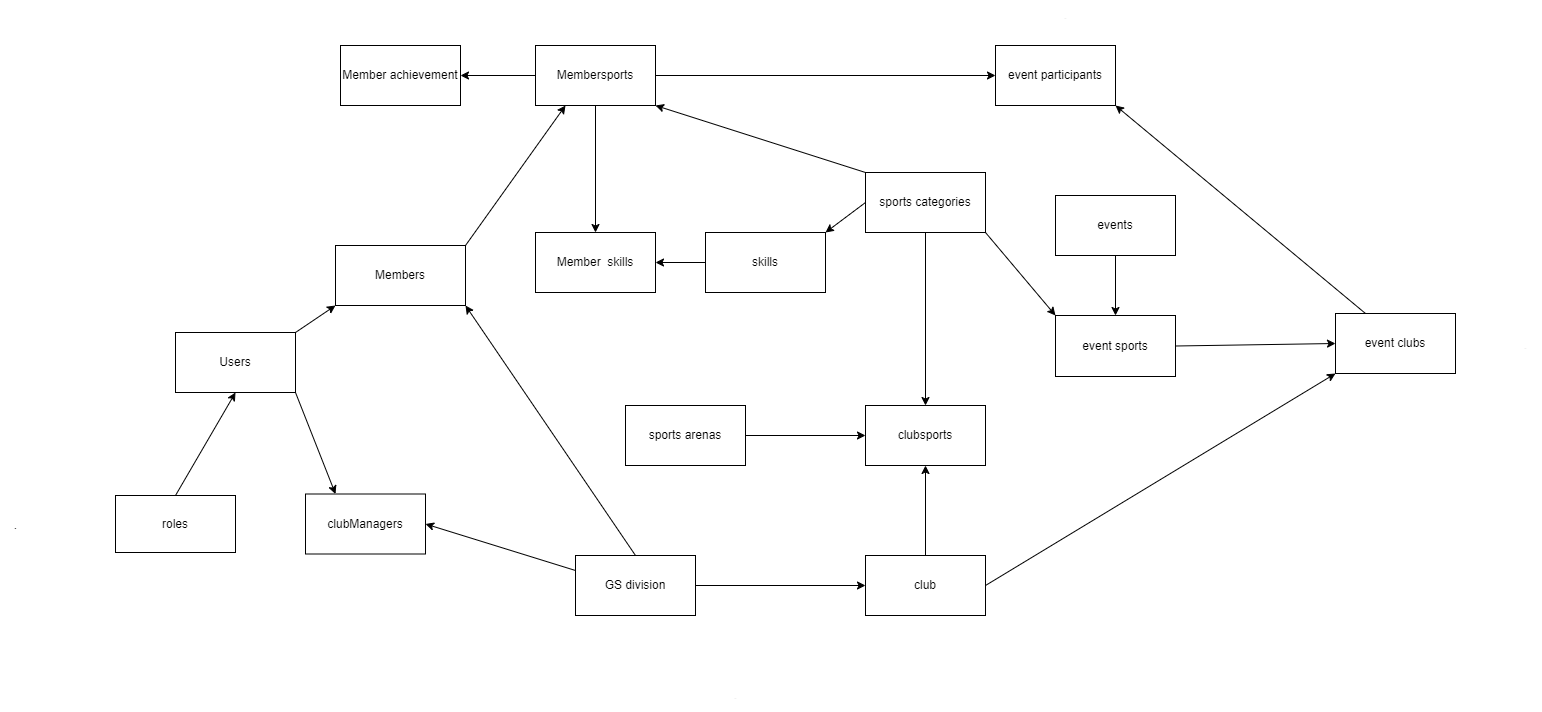
Before: server/ER_diagram.png, a diagram exported from draw.io (YathuPiraba/sports-management-system). Source tidied: cells renumbered, new cells last; positions are measured from the earlier drawing's top-left corner, leaving out a move shared by most shapes. Source of this version:
```xml
<mxGraphModel background="#ffffff">
  <root>
    <mxCell id="0" />
    <mxCell id="1" parent="0" />
    <mxCell id="2" style="edgeStyle=none;html=1;exitX=1;exitY=0;exitDx=0;exitDy=0;entryX=0.25;entryY=1;entryDx=0;entryDy=0;" parent="1" edge="1" source="3" target="24">
      <mxGeometry relative="1" as="geometry" />
    </mxCell>
    <mxCell id="3" value="Members" style="whiteSpace=wrap;html=1;" parent="1" vertex="1">
      <mxGeometry x="335" y="245" width="130" height="60" as="geometry" />
    </mxCell>
    <mxCell id="4" style="edgeStyle=none;html=1;exitX=1;exitY=0;exitDx=0;exitDy=0;entryX=0;entryY=1;entryDx=0;entryDy=0;" parent="1" edge="1" source="6" target="3">
      <mxGeometry relative="1" as="geometry" />
    </mxCell>
    <mxCell id="5" style="edgeStyle=none;html=1;exitX=1;exitY=1;exitDx=0;exitDy=0;entryX=0.25;entryY=0;entryDx=0;entryDy=0;" parent="1" edge="1" source="6" target="7">
      <mxGeometry relative="1" as="geometry" />
    </mxCell>
    <mxCell id="6" value="Users" style="rounded=0;whiteSpace=wrap;html=1;" parent="1" vertex="1">
      <mxGeometry x="175" y="332" width="120" height="60" as="geometry" />
    </mxCell>
    <mxCell id="7" value="clubManagers" style="rounded=0;whiteSpace=wrap;html=1;" parent="1" vertex="1">
      <mxGeometry x="305" y="493.5" width="120" height="60" as="geometry" />
    </mxCell>
    <mxCell id="8" style="edgeStyle=none;html=1;exitX=0.5;exitY=0;exitDx=0;exitDy=0;entryX=0.5;entryY=1;entryDx=0;entryDy=0;" parent="1" edge="1" source="9" target="30">
      <mxGeometry relative="1" as="geometry" />
    </mxCell>
    <mxCell id="9" value="club" style="rounded=0;whiteSpace=wrap;html=1;" parent="1" vertex="1">
      <mxGeometry x="865" y="555" width="120" height="60" as="geometry" />
    </mxCell>
    <mxCell id="10" style="edgeStyle=none;html=1;exitX=0.5;exitY=0;exitDx=0;exitDy=0;entryX=1;entryY=1;entryDx=0;entryDy=0;" parent="1" edge="1" source="13" target="3">
      <mxGeometry relative="1" as="geometry" />
    </mxCell>
    <mxCell id="11" style="edgeStyle=none;html=1;exitX=1;exitY=0.5;exitDx=0;exitDy=0;entryX=0;entryY=0.5;entryDx=0;entryDy=0;" parent="1" edge="1" source="13" target="9">
      <mxGeometry relative="1" as="geometry" />
    </mxCell>
    <mxCell id="12" style="edgeStyle=none;html=1;exitX=0;exitY=0.25;exitDx=0;exitDy=0;entryX=1;entryY=0.5;entryDx=0;entryDy=0;" parent="1" edge="1" source="13" target="7">
      <mxGeometry relative="1" as="geometry" />
    </mxCell>
    <mxCell id="13" value="GS division" style="rounded=0;whiteSpace=wrap;html=1;" parent="1" vertex="1">
      <mxGeometry x="575" y="555" width="120" height="60" as="geometry" />
    </mxCell>
    <mxCell id="14" style="edgeStyle=none;html=1;exitX=0.5;exitY=1;exitDx=0;exitDy=0;entryX=0.5;entryY=0;entryDx=0;entryDy=0;" parent="1" edge="1" source="15" target="17">
      <mxGeometry relative="1" as="geometry" />
    </mxCell>
    <mxCell id="15" value="events" style="rounded=0;whiteSpace=wrap;html=1;" parent="1" vertex="1">
      <mxGeometry x="1055" y="195" width="120" height="60" as="geometry" />
    </mxCell>
    <mxCell id="16" style="edgeStyle=none;html=1;exitX=1;exitY=0.5;exitDx=0;exitDy=0;entryX=0;entryY=0.5;entryDx=0;entryDy=0;" parent="1" edge="1" source="17" target="19">
      <mxGeometry relative="1" as="geometry" />
    </mxCell>
    <mxCell id="17" value="event sports&lt;br&gt;" style="rounded=0;whiteSpace=wrap;html=1;" parent="1" vertex="1">
      <mxGeometry x="1055" y="315" width="120" height="61" as="geometry" />
    </mxCell>
    <mxCell id="18" style="edgeStyle=none;html=1;exitX=0.25;exitY=0;exitDx=0;exitDy=0;entryX=1;entryY=1;entryDx=0;entryDy=0;" parent="1" edge="1" source="19" target="20">
      <mxGeometry relative="1" as="geometry" />
    </mxCell>
    <mxCell id="19" value="event clubs" style="rounded=0;whiteSpace=wrap;html=1;" parent="1" vertex="1">
      <mxGeometry x="1335" y="313" width="120" height="60" as="geometry" />
    </mxCell>
    <mxCell id="20" value="event participants" style="rounded=0;whiteSpace=wrap;html=1;" parent="1" vertex="1">
      <mxGeometry x="995" y="45" width="120" height="60" as="geometry" />
    </mxCell>
    <mxCell id="21" style="edgeStyle=none;html=1;exitX=0;exitY=0.5;exitDx=0;exitDy=0;entryX=1;entryY=0.5;entryDx=0;entryDy=0;" parent="1" edge="1" source="24" target="28">
      <mxGeometry relative="1" as="geometry" />
    </mxCell>
    <mxCell id="22" style="edgeStyle=none;html=1;exitX=0.5;exitY=1;exitDx=0;exitDy=0;entryX=0.5;entryY=0;entryDx=0;entryDy=0;" parent="1" edge="1" source="24" target="25">
      <mxGeometry relative="1" as="geometry" />
    </mxCell>
    <mxCell id="23" style="edgeStyle=none;html=1;exitX=1;exitY=0.5;exitDx=0;exitDy=0;entryX=0;entryY=0.5;entryDx=0;entryDy=0;" parent="1" edge="1" source="24" target="20">
      <mxGeometry relative="1" as="geometry" />
    </mxCell>
    <mxCell id="24" value="Membersports" style="whiteSpace=wrap;html=1;" parent="1" vertex="1">
      <mxGeometry x="535" y="45" width="120" height="60" as="geometry" />
    </mxCell>
    <mxCell id="25" value="Member&amp;nbsp; skills" style="whiteSpace=wrap;html=1;" parent="1" vertex="1">
      <mxGeometry x="535" y="232" width="120" height="60" as="geometry" />
    </mxCell>
    <mxCell id="26" style="edgeStyle=none;html=1;exitX=0;exitY=0.5;exitDx=0;exitDy=0;entryX=1;entryY=0.5;entryDx=0;entryDy=0;" parent="1" edge="1" source="27" target="25">
      <mxGeometry relative="1" as="geometry" />
    </mxCell>
    <mxCell id="27" value="skills" style="whiteSpace=wrap;html=1;" parent="1" vertex="1">
      <mxGeometry x="705" y="232" width="120" height="60" as="geometry" />
    </mxCell>
    <mxCell id="28" value="Member achievement&lt;br&gt;" style="whiteSpace=wrap;html=1;" parent="1" vertex="1">
      <mxGeometry x="340" y="45" width="120" height="60" as="geometry" />
    </mxCell>
    <mxCell id="29" style="edgeStyle=none;html=1;exitX=1;exitY=0.5;exitDx=0;exitDy=0;entryX=0;entryY=1;entryDx=0;entryDy=0;" parent="1" edge="1" source="9" target="19">
      <mxGeometry relative="1" as="geometry" />
    </mxCell>
    <mxCell id="30" value="clubsports" style="rounded=0;whiteSpace=wrap;html=1;" parent="1" vertex="1">
      <mxGeometry x="865" y="405" width="120" height="60" as="geometry" />
    </mxCell>
    <mxCell id="31" style="edgeStyle=none;html=1;exitX=0.5;exitY=1;exitDx=0;exitDy=0;entryX=0.5;entryY=0;entryDx=0;entryDy=0;" parent="1" edge="1" source="35" target="30">
      <mxGeometry relative="1" as="geometry" />
    </mxCell>
    <mxCell id="32" style="edgeStyle=none;html=1;exitX=1;exitY=1;exitDx=0;exitDy=0;entryX=0;entryY=0;entryDx=0;entryDy=0;" parent="1" edge="1" source="35" target="17">
      <mxGeometry relative="1" as="geometry" />
    </mxCell>
    <mxCell id="33" style="edgeStyle=none;html=1;entryX=1;entryY=1;entryDx=0;entryDy=0;exitX=0;exitY=0;exitDx=0;exitDy=0;" parent="1" edge="1" source="35" target="24">
      <mxGeometry relative="1" as="geometry" />
    </mxCell>
    <mxCell id="34" style="edgeStyle=none;html=1;exitX=0;exitY=0.5;exitDx=0;exitDy=0;entryX=1;entryY=0;entryDx=0;entryDy=0;" parent="1" edge="1" source="35" target="27">
      <mxGeometry relative="1" as="geometry" />
    </mxCell>
    <mxCell id="35" value="sports categories" style="rounded=0;whiteSpace=wrap;html=1;" parent="1" vertex="1">
      <mxGeometry x="865" y="172" width="120" height="60" as="geometry" />
    </mxCell>
    <mxCell id="36" style="edgeStyle=none;html=1;exitX=1;exitY=0.5;exitDx=0;exitDy=0;entryX=0;entryY=0.5;entryDx=0;entryDy=0;" parent="1" edge="1" source="37" target="30">
      <mxGeometry relative="1" as="geometry" />
    </mxCell>
    <mxCell id="37" value="sports arenas" style="rounded=0;whiteSpace=wrap;html=1;" parent="1" vertex="1">
      <mxGeometry x="625" y="405" width="120" height="60" as="geometry" />
    </mxCell>
    <mxCell id="38" style="edgeStyle=none;html=1;exitX=0.5;exitY=0;exitDx=0;exitDy=0;entryX=0.5;entryY=1;entryDx=0;entryDy=0;" parent="1" edge="1" source="39" target="6">
      <mxGeometry relative="1" as="geometry" />
    </mxCell>
    <mxCell id="39" value="roles&lt;br&gt;" style="rounded=0;whiteSpace=wrap;html=1;" parent="1" vertex="1">
      <mxGeometry x="115" y="495" width="120" height="57" as="geometry" />
    </mxCell>
    <mxCell id="40" value="." style="text;html=1;align=center;verticalAlign=middle;strokeColor=none;fillColor=none;" parent="1" vertex="1">
      <mxGeometry y="510" width="30" height="30" as="geometry" />
    </mxCell>
    <mxCell id="41" value="." style="text;html=1;align=center;verticalAlign=middle;strokeColor=none;fillColor=none;fontColor=#F0F0F0;" parent="1" vertex="1">
      <mxGeometry x="720" y="680" width="30" height="30" as="geometry" />
    </mxCell>
    <mxCell id="42" value="." style="text;html=1;align=center;verticalAlign=middle;strokeColor=none;fillColor=none;fontColor=#F0F0F0;" parent="1" vertex="1">
      <mxGeometry x="1510" y="330" width="30" height="30" as="geometry" />
    </mxCell>
    <mxCell id="43" value="." style="text;html=1;align=center;verticalAlign=middle;strokeColor=none;fillColor=none;fontColor=#F0F0F0;" parent="1" vertex="1">
      <mxGeometry x="1050" width="30" height="30" as="geometry" />
    </mxCell>
  </root>
</mxGraphModel>
```
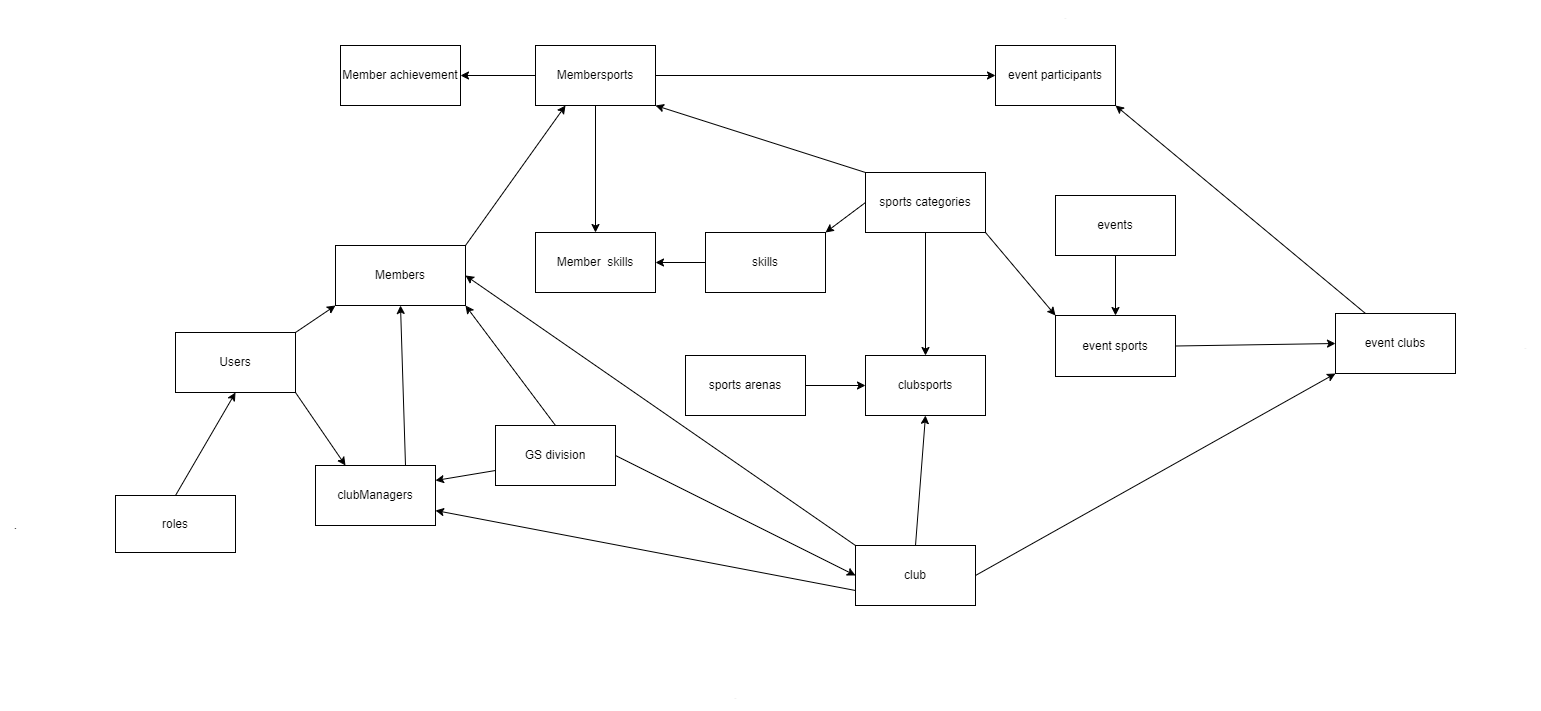
The same diagram one commit later.

Change to the diagram source:
```diff
@@ -17,14 +17,23 @@
     <mxCell id="6" value="Users" style="rounded=0;whiteSpace=wrap;html=1;" parent="1" vertex="1">
       <mxGeometry x="175" y="332" width="120" height="60" as="geometry" />
     </mxCell>
+    <mxCell id="44" style="edgeStyle=none;html=1;exitX=0.75;exitY=0;exitDx=0;exitDy=0;entryX=0.5;entryY=1;entryDx=0;entryDy=0;" parent="1" edge="1" source="7" target="3">
+      <mxGeometry relative="1" as="geometry" />
+    </mxCell>
     <mxCell id="7" value="clubManagers" style="rounded=0;whiteSpace=wrap;html=1;" parent="1" vertex="1">
-      <mxGeometry x="305" y="493.5" width="120" height="60" as="geometry" />
+      <mxGeometry x="315" y="465" width="120" height="60" as="geometry" />
     </mxCell>
     <mxCell id="8" style="edgeStyle=none;html=1;exitX=0.5;exitY=0;exitDx=0;exitDy=0;entryX=0.5;entryY=1;entryDx=0;entryDy=0;" parent="1" edge="1" source="9" target="30">
       <mxGeometry relative="1" as="geometry" />
     </mxCell>
+    <mxCell id="45" style="edgeStyle=none;html=1;exitX=0;exitY=0.75;exitDx=0;exitDy=0;entryX=1;entryY=0.75;entryDx=0;entryDy=0;" parent="1" edge="1" source="9" target="7">
+      <mxGeometry relative="1" as="geometry" />
+    </mxCell>
+    <mxCell id="46" style="edgeStyle=none;html=1;exitX=0;exitY=0;exitDx=0;exitDy=0;entryX=1;entryY=0.5;entryDx=0;entryDy=0;" parent="1" edge="1" source="9" target="3">
+      <mxGeometry relative="1" as="geometry" />
+    </mxCell>
     <mxCell id="9" value="club" style="rounded=0;whiteSpace=wrap;html=1;" parent="1" vertex="1">
-      <mxGeometry x="865" y="555" width="120" height="60" as="geometry" />
+      <mxGeometry x="855" y="545" width="120" height="60" as="geometry" />
     </mxCell>
     <mxCell id="10" style="edgeStyle=none;html=1;exitX=0.5;exitY=0;exitDx=0;exitDy=0;entryX=1;entryY=1;entryDx=0;entryDy=0;" parent="1" edge="1" source="13" target="3">
       <mxGeometry relative="1" as="geometry" />
@@ -32,11 +41,11 @@
     <mxCell id="11" style="edgeStyle=none;html=1;exitX=1;exitY=0.5;exitDx=0;exitDy=0;entryX=0;entryY=0.5;entryDx=0;entryDy=0;" parent="1" edge="1" source="13" target="9">
       <mxGeometry relative="1" as="geometry" />
     </mxCell>
-    <mxCell id="12" style="edgeStyle=none;html=1;exitX=0;exitY=0.25;exitDx=0;exitDy=0;entryX=1;entryY=0.5;entryDx=0;entryDy=0;" parent="1" edge="1" source="13" target="7">
+    <mxCell id="12" style="edgeStyle=none;html=1;exitX=0;exitY=0.75;exitDx=0;exitDy=0;entryX=1;entryY=0.25;entryDx=0;entryDy=0;" parent="1" edge="1" source="13" target="7">
       <mxGeometry relative="1" as="geometry" />
     </mxCell>
     <mxCell id="13" value="GS division" style="rounded=0;whiteSpace=wrap;html=1;" parent="1" vertex="1">
-      <mxGeometry x="575" y="555" width="120" height="60" as="geometry" />
+      <mxGeometry x="495" y="425" width="120" height="60" as="geometry" />
     </mxCell>
     <mxCell id="14" style="edgeStyle=none;html=1;exitX=0.5;exitY=1;exitDx=0;exitDy=0;entryX=0.5;entryY=0;entryDx=0;entryDy=0;" parent="1" edge="1" source="15" target="17">
       <mxGeometry relative="1" as="geometry" />
@@ -87,7 +96,7 @@
       <mxGeometry relative="1" as="geometry" />
     </mxCell>
     <mxCell id="30" value="clubsports" style="rounded=0;whiteSpace=wrap;html=1;" parent="1" vertex="1">
-      <mxGeometry x="865" y="405" width="120" height="60" as="geometry" />
+      <mxGeometry x="865" y="355" width="120" height="60" as="geometry" />
     </mxCell>
     <mxCell id="31" style="edgeStyle=none;html=1;exitX=0.5;exitY=1;exitDx=0;exitDy=0;entryX=0.5;entryY=0;entryDx=0;entryDy=0;" parent="1" edge="1" source="35" target="30">
       <mxGeometry relative="1" as="geometry" />
@@ -108,7 +117,7 @@
       <mxGeometry relative="1" as="geometry" />
     </mxCell>
     <mxCell id="37" value="sports arenas" style="rounded=0;whiteSpace=wrap;html=1;" parent="1" vertex="1">
-      <mxGeometry x="625" y="405" width="120" height="60" as="geometry" />
+      <mxGeometry x="685" y="355" width="120" height="60" as="geometry" />
     </mxCell>
     <mxCell id="38" style="edgeStyle=none;html=1;exitX=0.5;exitY=0;exitDx=0;exitDy=0;entryX=0.5;entryY=1;entryDx=0;entryDy=0;" parent="1" edge="1" source="39" target="6">
       <mxGeometry relative="1" as="geometry" />
```
